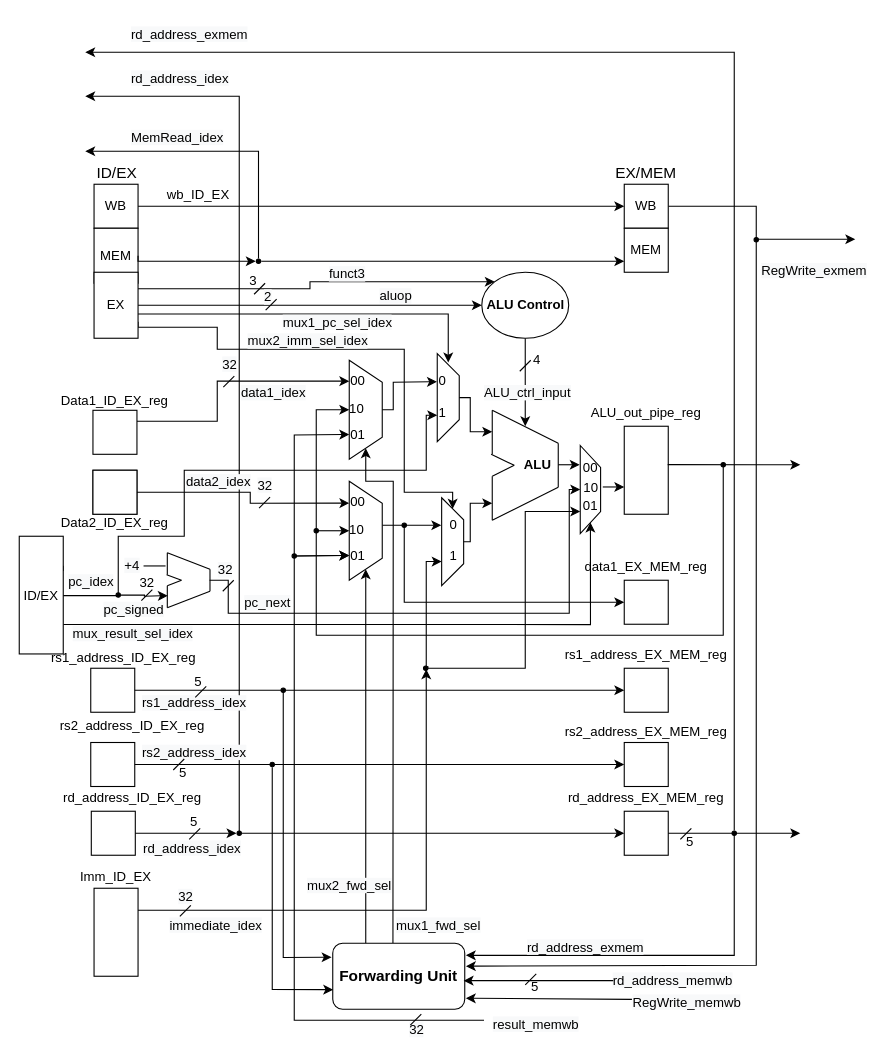
The draw.io diagram lab3/execute.drawio in Dragosk97/ISA-laboratories, before the edit. Source tidied: cells renumbered, new cells numbered last; positions are measured from the earlier drawing's top-left corner, leaving out a move shared by most shapes. Both pictures are drawn from the tidied source at 110%, with x=0, y=0 at pixel (19, 19).
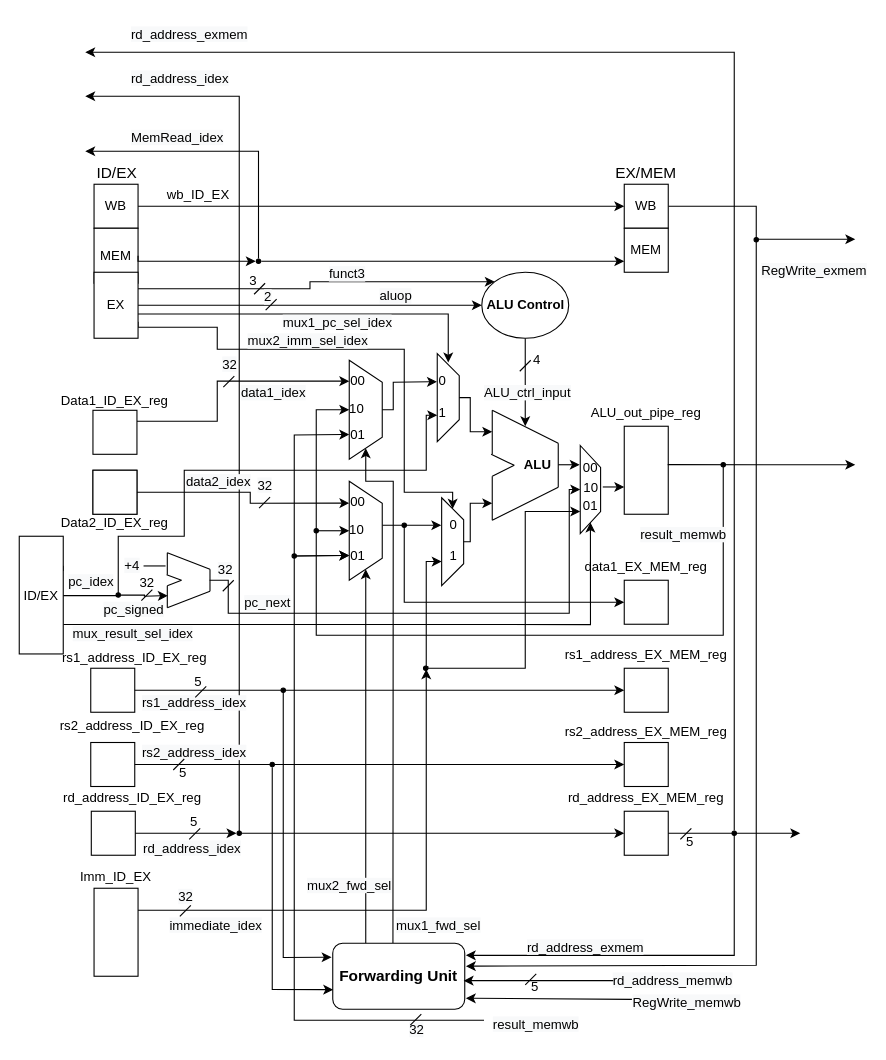
The same diagram, later.

Diff of the diagram source:
```diff
@@
-    <mxCell id="16" style="endArrow=classic;html=1;exitX=0.965;exitY=0.457;exitDx=0;exitDy=0;exitPerimeter=0;entryX=0;entryY=0.281;entryDx=0;entryDy=0;entryPerimeter=0;" parent="1" edge="1">
+    <mxCell id="16" style="endArrow=classic;html=1;exitX=0.965;exitY=0.457;exitDx=0;exitDy=0;exitPerimeter=0;" parent="1" edge="1">
       <mxGeometry relative="1" as="geometry">
         <mxPoint x="589.5" y="404.9" as="sourcePoint" />
-        <mxPoint x="710" y="405" as="targetPoint" />
+        <mxPoint x="760" y="405" as="targetPoint" />
       </mxGeometry>
     </mxCell>
@@
     <mxCell id="47" value="rs1_address_ID_EX_reg" style="text;html=1;strokeColor=none;fillColor=none;align=center;verticalAlign=middle;whiteSpace=wrap;rounded=0;" parent="1" vertex="1">
-      <mxGeometry x="75" y="570.5" width="40" height="20" as="geometry" />
+      <mxGeometry x="85" y="570.5" width="40" height="20" as="geometry" />
     </mxCell>
@@
+    <mxCell id="188" value="&lt;span style=&quot;color: rgb(0 , 0 , 0) ; font-family: &amp;#34;helvetica&amp;#34; ; font-size: 12px ; font-style: normal ; font-weight: 400 ; letter-spacing: normal ; text-align: center ; text-indent: 0px ; text-transform: none ; word-spacing: 0px ; background-color: rgb(248 , 249 , 250) ; display: inline ; float: none&quot;&gt;result_memwb&lt;/span&gt;" style="text;whiteSpace=wrap;html=1;" parent="1" vertex="1">
+      <mxGeometry x="562.5" y="455" width="67.5" height="30" as="geometry" />
+    </mxCell>
```
